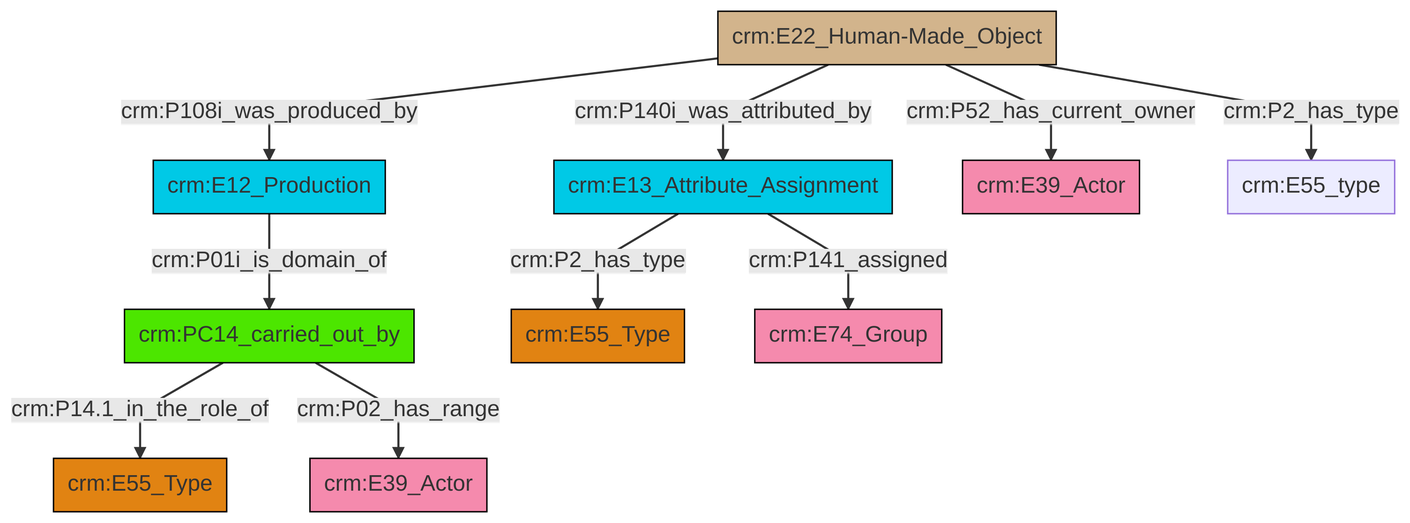
swiss-art-research-net/docs.swissartresearch keeps this Mermaid diagram as et/builtWorkCSV/ttl/mmd/png/Built_Work_actor_relations.png. Above is the earlier version. Its source is kept beside it as et/builtWorkCSV/ttl/mmd/Built_Work_actor_relations.ttl.mmd.
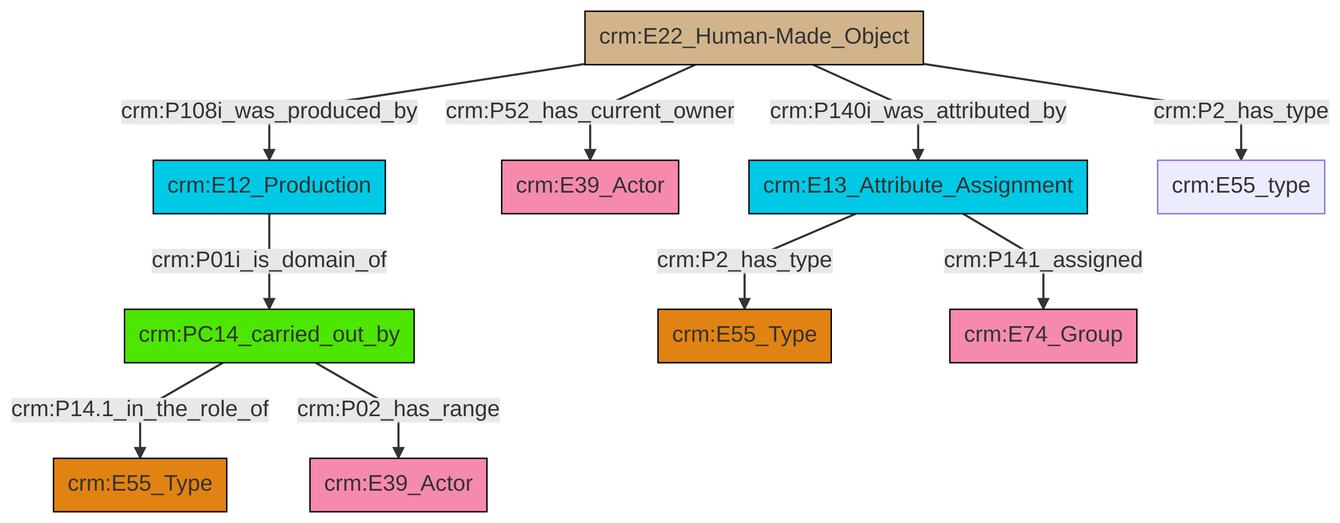
The same diagram one commit later.

Diff of the diagram source:
```diff
@@ -13,12 +13,12 @@
 classDef PC_Classes fill:#4ce600, stroke:#000000;
 classDef Multi fill:#cccccc,stroke:#000000;
 
-2["crm:E22_Human-Made_Object"]:::Physical_Thing -->|crm:P108i_was_produced_by| 3["crm:E12_Production"]:::Temporal_Entity
-2["crm:E22_Human-Made_Object"]:::Physical_Thing -->|crm:P52_has_current_owner| 6["crm:E39_Actor"]:::Actor
-2["crm:E22_Human-Made_Object"]:::Physical_Thing -->|crm:P140i_was_attributed_by| 0["crm:E13_Attribute_Assignment"]:::Temporal_Entity
-7["crm:PC14_carried_out_by"]:::PC_Classes -->|crm:P14.1_in_the_role_of| 8["crm:E55_Type"]:::Type
-3["crm:E12_Production"]:::Temporal_Entity -->|crm:P01i_is_domain_of| 7["crm:PC14_carried_out_by"]:::PC_Classes
-0["crm:E13_Attribute_Assignment"]:::Temporal_Entity -->|crm:P2_has_type| 10["crm:E55_Type"]:::Type
-0["crm:E13_Attribute_Assignment"]:::Temporal_Entity -->|crm:P141_assigned| 14["crm:E74_Group"]:::Actor
-7["crm:PC14_carried_out_by"]:::PC_Classes -->|crm:P02_has_range| 4["crm:E39_Actor"]:::Actor
-2["crm:E22_Human-Made_Object"]:::Physical_Thing -->|crm:P2_has_type| 17["crm:E55_type"]:::Default
+2["crm:PC14_carried_out_by"]:::PC_Classes -->|crm:P14.1_in_the_role_of| 0["crm:E55_Type"]:::Type
+5["crm:E22_Human-Made_Object"]:::Physical_Thing -->|crm:P108i_was_produced_by| 3["crm:E12_Production"]:::Temporal_Entity
+10["crm:E13_Attribute_Assignment"]:::Temporal_Entity -->|crm:P2_has_type| 11["crm:E55_Type"]:::Type
+3["crm:E12_Production"]:::Temporal_Entity -->|crm:P01i_is_domain_of| 2["crm:PC14_carried_out_by"]:::PC_Classes
+2["crm:PC14_carried_out_by"]:::PC_Classes -->|crm:P02_has_range| 15["crm:E39_Actor"]:::Actor
+5["crm:E22_Human-Made_Object"]:::Physical_Thing -->|crm:P2_has_type| 17["crm:E55_type"]:::Default
+10["crm:E13_Attribute_Assignment"]:::Temporal_Entity -->|crm:P141_assigned| 13["crm:E74_Group"]:::Actor
+5["crm:E22_Human-Made_Object"]:::Physical_Thing -->|crm:P140i_was_attributed_by| 10["crm:E13_Attribute_Assignment"]:::Temporal_Entity
+5["crm:E22_Human-Made_Object"]:::Physical_Thing -->|crm:P52_has_current_owner| 8["crm:E39_Actor"]:::Actor
```
